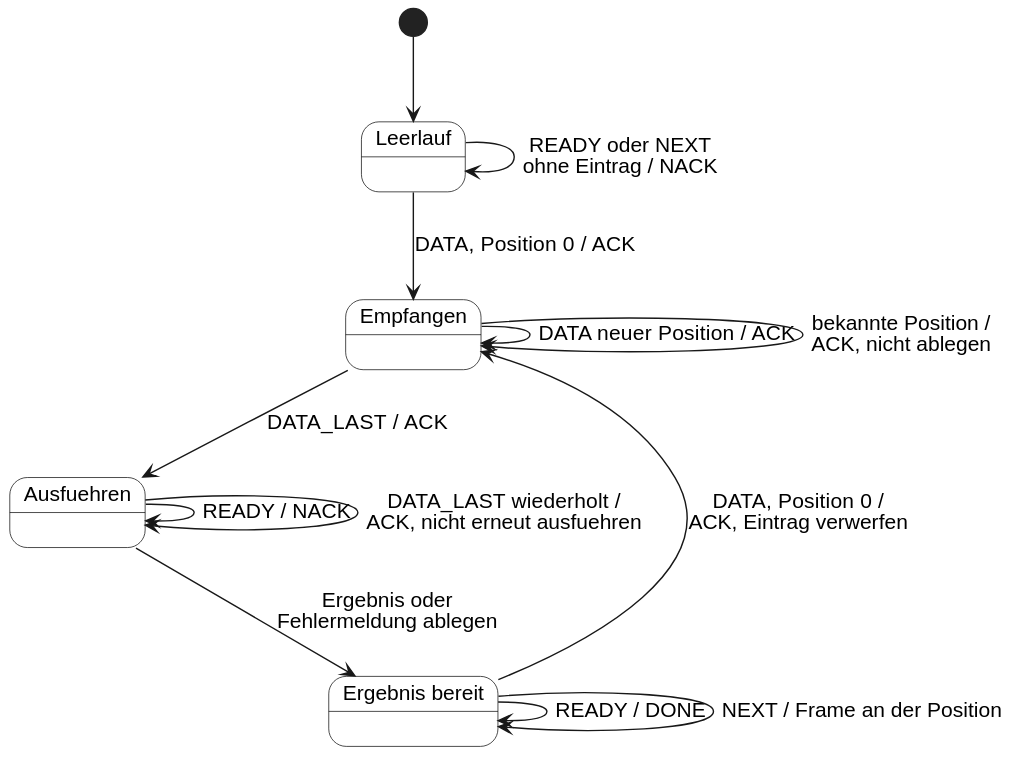
This is thesis/figures/automat_server.svg from K1ngGrim/master-pa-legolab, a PlantUML export, as it was before one commit. The source it was exported from:
```plantuml
@startuml
skinparam backgroundColor transparent
skinparam shadowing false
skinparam defaultFontName "Helvetica"
skinparam defaultFontSize 15
skinparam state {
  BackgroundColor white
  BorderColor black
}

state "Leerlauf" as L
state "Empfangen" as E
state "Ausfuehren" as A
state "Ergebnis bereit" as R

[*] --> L
L --> L : READY oder NEXT\nohne Eintrag / NACK
L --> E : DATA, Position 0 / ACK
E --> E : DATA neuer Position / ACK
E --> E : bekannte Position /\nACK, nicht ablegen
E --> A : DATA_LAST / ACK
A --> A : READY / NACK
A --> A : DATA_LAST wiederholt /\nACK, nicht erneut ausfuehren
A --> R : Ergebnis oder\nFehlermeldung ablegen
R --> R : READY / DONE
R --> R : NEXT / Frame an der Position
R --> E : DATA, Position 0 /\nACK, Eintrag verwerfen
@enduml
```
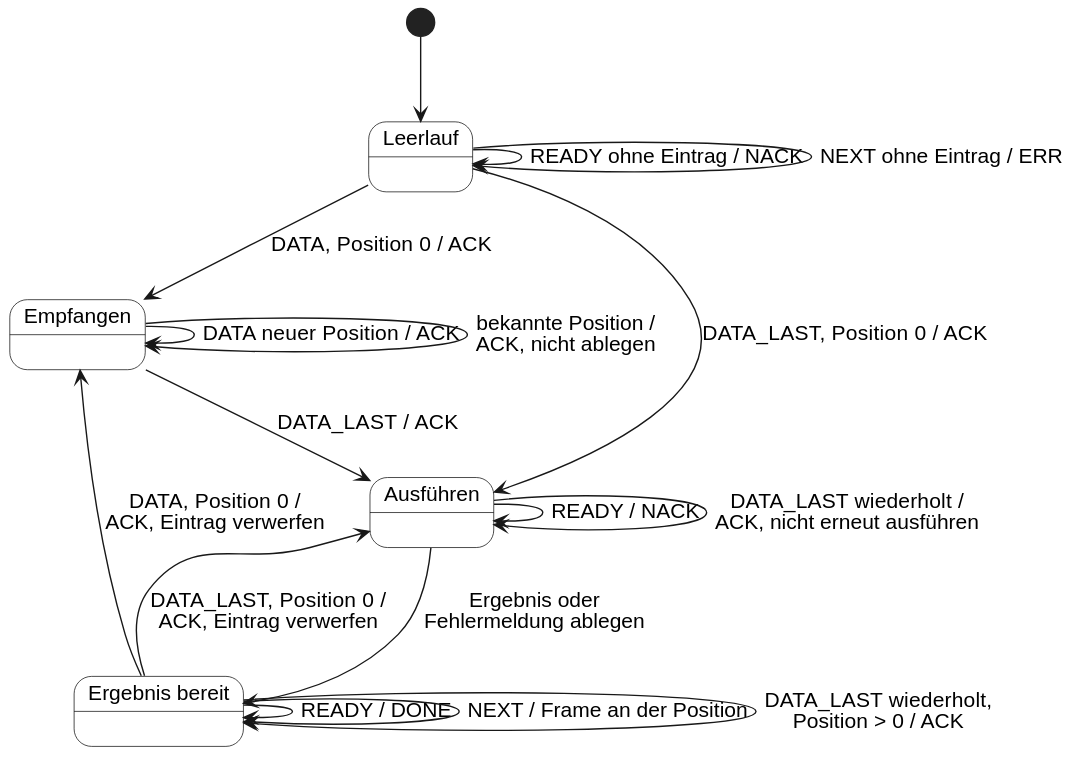
After the change.

Change to the diagram source:
```diff
@@ -10,19 +10,23 @@
 
 state "Leerlauf" as L
 state "Empfangen" as E
-state "Ausfuehren" as A
+state "Ausführen" as A
 state "Ergebnis bereit" as R
 
 [*] --> L
-L --> L : READY oder NEXT\nohne Eintrag / NACK
+L --> L : READY ohne Eintrag / NACK
+L --> L : NEXT ohne Eintrag / ERR
 L --> E : DATA, Position 0 / ACK
+L --> A : DATA_LAST, Position 0 / ACK
 E --> E : DATA neuer Position / ACK
 E --> E : bekannte Position /\nACK, nicht ablegen
 E --> A : DATA_LAST / ACK
 A --> A : READY / NACK
-A --> A : DATA_LAST wiederholt /\nACK, nicht erneut ausfuehren
+A --> A : DATA_LAST wiederholt /\nACK, nicht erneut ausführen
 A --> R : Ergebnis oder\nFehlermeldung ablegen
 R --> R : READY / DONE
 R --> R : NEXT / Frame an der Position
+R --> R : DATA_LAST wiederholt,\nPosition > 0 / ACK
 R --> E : DATA, Position 0 /\nACK, Eintrag verwerfen
+R --> A : DATA_LAST, Position 0 /\nACK, Eintrag verwerfen
 @enduml
```
